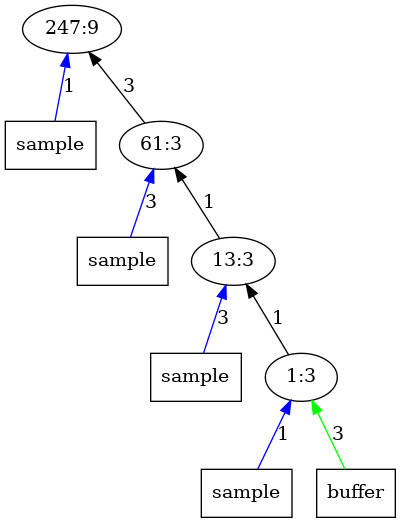
AbhikKhan/MTP_IITG keeps this Graphviz diagram as outputImages/op9.png.png. Above is the earlier version. Its source is kept beside it as outputTrees/op9.dot.
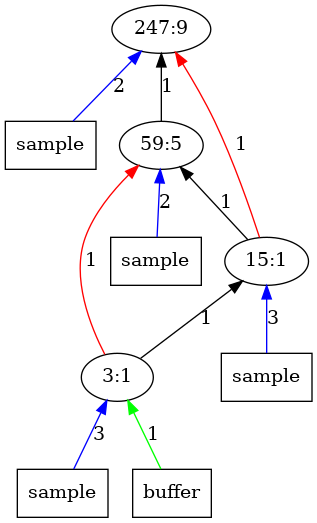
Above is the later version.

The edit, as a diff of the source:
```diff
@@ -1,20 +1,22 @@
 digraph Tree{
 	rankdir="BT"
-	x11 -> 1 [label = "1", color = "blue"];
+	x11 -> 1 [label = "2", color = "blue"];
 	x11 [label = "sample", shape = "box"];
 	1 [label = "247:9"];
-	2 -> 1 [label = "3", color = "black"];
-	x21 -> 2 [label = "3", color = "blue"];
+	2 -> 1 [label = "1", color = "black"];
+	x21 -> 2 [label = "2", color = "blue"];
 	x21 [label = "sample", shape = "box"];
-	2 [label = "61:3"];
+	2 [label = "59:5"];
 	3 -> 2 [label = "1", color = "black"];
+	3 -> 1 [label = "1", color = "red"];
 	x31 -> 3 [label = "3", color = "blue"];
 	x31 [label = "sample", shape = "box"];
-	3 [label = "13:3"];
+	3 [label = "15:1"];
+	4 -> 2 [label = "1", color = "red"];
 	4 -> 3 [label = "1", color = "black"];
-	x41 -> 4 [label = "1", color = "blue"];
+	x41 -> 4 [label = "3", color = "blue"];
 	x41 [label = "sample", shape = "box"];
-	x42 -> 4 [label = "3", color = "green"];
+	x42 -> 4 [label = "1", color = "green"];
 	x42 [label = "buffer", shape = "box"];
-	4 [label = "1:3"];
+	4 [label = "3:1"];
 }
```
